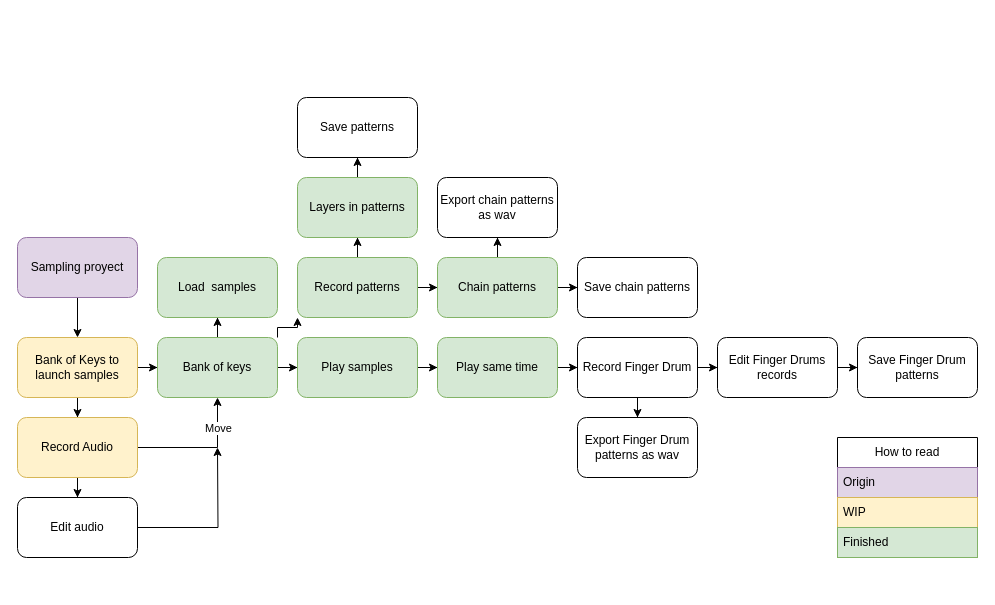
This is Sampling proyect diagram.drawio from elcalak/Sampling, a draw.io file, before an edit. Source tidied: cells renumbered, new cells numbered last; positions are measured from the earlier drawing's top-left corner, leaving out a move shared by most shapes. Both pictures are drawn from the tidied source at 100%, with x=0, y=0 at pixel (17, 97).
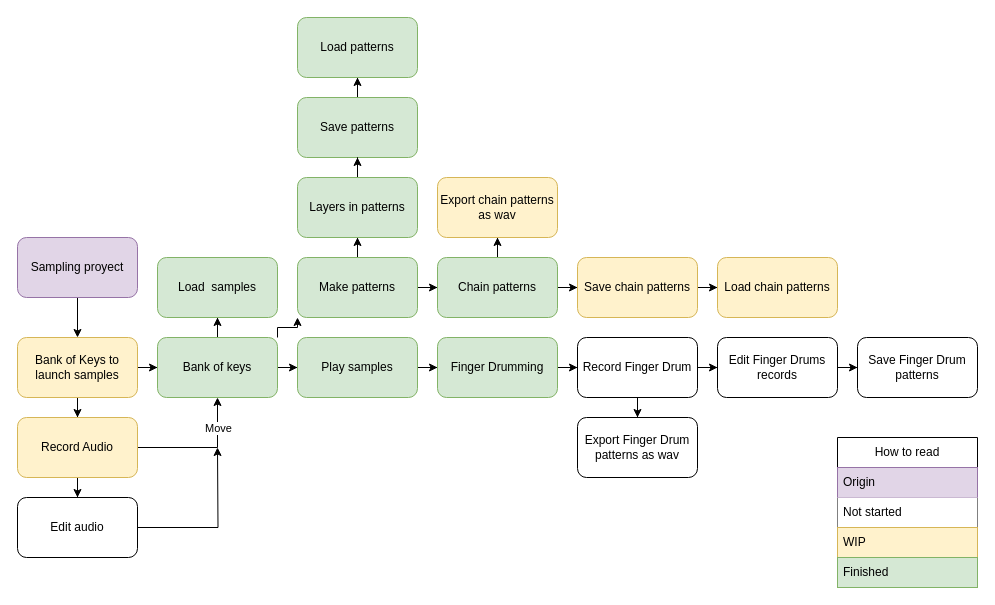
The same diagram, later.

What changed in the source:
```diff
@@
-    <mxCell id="21" value="Play&amp;nbsp;&lt;span style=&quot;background-color: transparent; color: light-dark(rgb(0, 0, 0), rgb(255, 255, 255));&quot;&gt;same time&lt;/span&gt;" style="whiteSpace=wrap;html=1;rounded=1;fillColor=#d5e8d4;strokeColor=#82b366;" parent="1" vertex="1">
+    <mxCell id="21" value="Finger Drumming" style="whiteSpace=wrap;html=1;rounded=1;fillColor=#d5e8d4;strokeColor=#82b366;" parent="1" vertex="1">
       <mxGeometry x="420" y="240" width="120" height="60" as="geometry" />
     </mxCell>
@@
-    <mxCell id="24" value="Record patterns" style="whiteSpace=wrap;html=1;rounded=1;fillColor=#d5e8d4;strokeColor=#82b366;" parent="1" vertex="1">
+    <mxCell id="24" value="Make patterns" style="whiteSpace=wrap;html=1;rounded=1;fillColor=#d5e8d4;strokeColor=#82b366;" parent="1" vertex="1">
       <mxGeometry x="280" y="160" width="120" height="60" as="geometry" />
     </mxCell>
@@
+    <mxCell id="44" style="edgeStyle=orthogonalEdgeStyle;rounded=0;jettySize=auto;html=1;" parent="1" edge="1" source="28" target="48">
+      <mxGeometry relative="1" as="geometry" />
+    </mxCell>
-    <mxCell id="28" value="Save chain patterns" style="whiteSpace=wrap;html=1;rounded=1;" parent="1" vertex="1">
+    <mxCell id="28" value="Save chain patterns" style="whiteSpace=wrap;html=1;rounded=1;fillColor=#fff2cc;strokeColor=#d6b656;" parent="1" vertex="1">
       <mxGeometry x="560" y="160" width="120" height="60" as="geometry" />
     </mxCell>
+    <mxCell id="45" style="edgeStyle=orthogonalEdgeStyle;rounded=0;jettySize=auto;html=1;" parent="1" edge="1" source="29" target="47">
+      <mxGeometry relative="1" as="geometry" />
+    </mxCell>
-    <mxCell id="29" value="Save patterns" style="whiteSpace=wrap;html=1;rounded=1;" parent="1" vertex="1">
+    <mxCell id="29" value="Save patterns" style="whiteSpace=wrap;html=1;rounded=1;fillColor=#d5e8d4;strokeColor=#82b366;" parent="1" vertex="1">
       <mxGeometry x="280" width="120" height="60" as="geometry" />
     </mxCell>
-    <mxCell id="30" value="Export chain patterns as wav" style="whiteSpace=wrap;html=1;rounded=1;" parent="1" vertex="1">
+    <mxCell id="30" value="Export chain patterns as wav" style="whiteSpace=wrap;html=1;rounded=1;fillColor=#fff2cc;strokeColor=#d6b656;" parent="1" vertex="1">
       <mxGeometry x="420" y="80" width="120" height="60" as="geometry" />
     </mxCell>
@@
     <mxCell id="36" value="How to read" style="swimlane;fontStyle=0;horizontal=1;startSize=30;whiteSpace=wrap;html=1;" parent="1" vertex="1">
-      <mxGeometry x="820" y="340" width="140" height="120" as="geometry" />
+      <mxGeometry x="820" y="340" width="140" height="150" as="geometry" />
     </mxCell>
@@
+    <mxCell id="46" value="Not started" style="text;align=left;verticalAlign=middle;spacingLeft=4;spacingRight=4;overflow=hidden;whiteSpace=wrap;html=1;fillColor=default;" parent="36" vertex="1">
+      <mxGeometry y="60" width="140" height="30" as="geometry" />
+    </mxCell>
     <mxCell id="38" value="WIP" style="text;strokeColor=#d6b656;fillColor=#fff2cc;align=left;verticalAlign=middle;spacingLeft=4;spacingRight=4;overflow=hidden;whiteSpace=wrap;html=1;" parent="36" vertex="1">
-      <mxGeometry y="60" width="140" height="30" as="geometry" />
+      <mxGeometry y="90" width="140" height="30" as="geometry" />
     </mxCell>
     <mxCell id="39" value="Finished" style="text;strokeColor=#82b366;fillColor=#d5e8d4;align=left;verticalAlign=middle;spacingLeft=4;spacingRight=4;overflow=hidden;whiteSpace=wrap;html=1;" parent="36" vertex="1">
-      <mxGeometry y="90" width="140" height="30" as="geometry" />
+      <mxGeometry y="120" width="140" height="30" as="geometry" />
     </mxCell>
@@
+    <mxCell id="47" value="Load patterns" style="whiteSpace=wrap;html=1;fillColor=#d5e8d4;strokeColor=#82b366;rounded=1;" parent="1" vertex="1">
+      <mxGeometry x="280" y="-80" width="120" height="60" as="geometry" />
+    </mxCell>
+    <mxCell id="48" value="Load chain patterns" style="whiteSpace=wrap;html=1;fillColor=#fff2cc;strokeColor=#d6b656;rounded=1;" parent="1" vertex="1">
+      <mxGeometry x="700" y="160" width="120" height="60" as="geometry" />
+    </mxCell>
```
